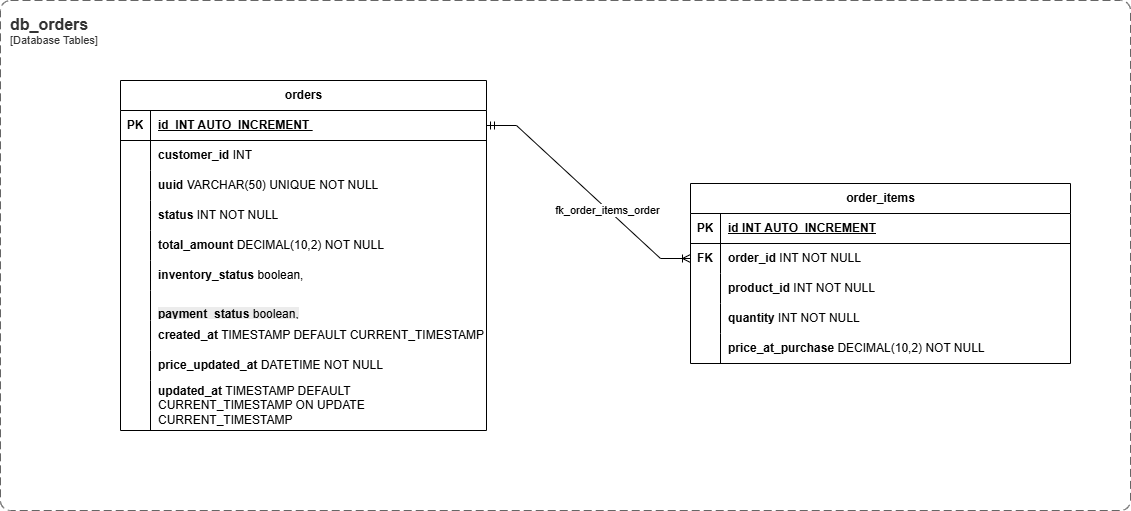
Earlier version of the draw.io export Documentation/C4_Sales_System-db-orders.drawio.png (mcyomura/DemoSalesSystemMcy). Source tidied: cells renumbered, new cells last; positions are measured from the earlier drawing's top-left corner, leaving out a move shared by most shapes.
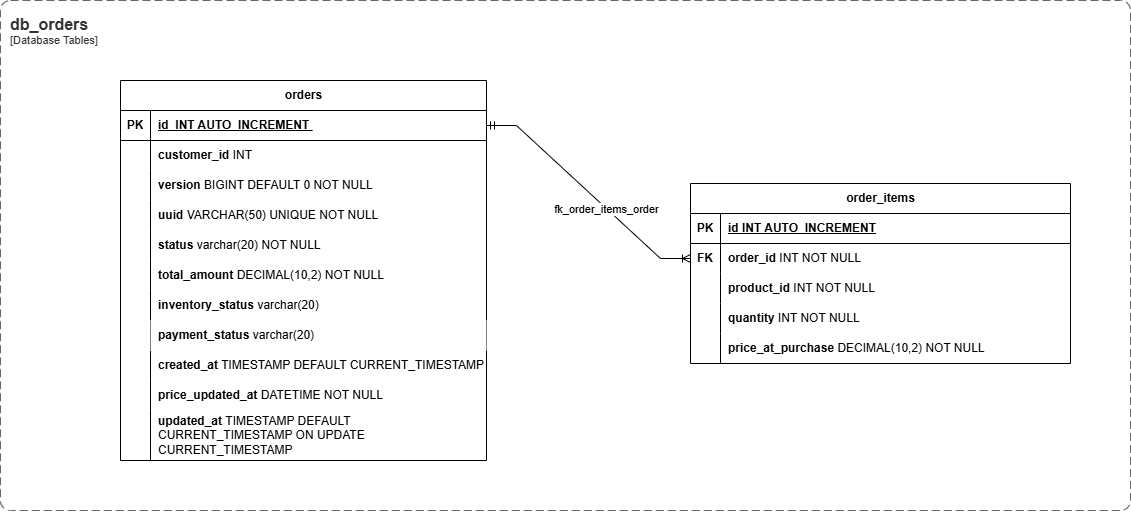
After the commit.

Diff of the diagram source:
```diff
@@ -3,7 +3,7 @@
     <mxCell id="0" />
     <mxCell id="1" parent="0" />
     <mxCell id="2" value="orders" style="shape=table;startSize=30;rowLines=0;fontStyle=1;align=center;html=1;" parent="1" vertex="1">
-      <mxGeometry x="120" y="80" width="366" height="350" as="geometry" />
+      <mxGeometry x="120" y="80" width="366" height="380" as="geometry" />
     </mxCell>
     <mxCell id="3" style="shape=tableRow;horizontal=0;startSize=0;swimlaneHead=0;swimlaneBody=0;fillColor=none;points=[[0,0.5],[1,0.5]];portConstraint=eastwest;top=0;left=0;right=0;bottom=1;" parent="2" vertex="1">
       <mxGeometry y="30" width="366" height="30" as="geometry" />
@@ -23,8 +23,17 @@
     <mxCell id="8" value="&lt;b&gt;customer_id &lt;/b&gt;INT" style="shape=partialRectangle;fillColor=none;top=0;left=0;bottom=0;right=0;align=left;spacingLeft=6;overflow=hidden;whiteSpace=wrap;html=1;" parent="6" vertex="1">
       <mxGeometry x="30" width="336" height="30" as="geometry" />
     </mxCell>
+    <mxCell id="52" style="shape=tableRow;horizontal=0;startSize=0;swimlaneHead=0;swimlaneBody=0;fillColor=none;top=0;left=0;right=0;bottom=0;" parent="2" vertex="1">
+      <mxGeometry y="90" width="366" height="30" as="geometry" />
+    </mxCell>
+    <mxCell id="53" style="shape=partialRectangle;fillColor=none;top=0;left=0;bottom=0;right=0;overflow=hidden;whiteSpace=wrap;html=1;" parent="52" vertex="1">
+      <mxGeometry width="30" height="30" as="geometry" />
+    </mxCell>
+    <mxCell id="54" value="&lt;b&gt;version&lt;/b&gt; &lt;span class=&quot;hljs-type&quot;&gt;BIGINT&lt;/span&gt; &lt;span class=&quot;hljs-keyword&quot;&gt;DEFAULT&lt;/span&gt; &lt;span class=&quot;hljs-number&quot;&gt;0&lt;/span&gt; &lt;span class=&quot;hljs-keyword&quot;&gt;NOT&lt;/span&gt; &lt;span class=&quot;hljs-keyword&quot;&gt;NULL&lt;/span&gt;" style="shape=partialRectangle;fillColor=none;top=0;left=0;bottom=0;right=0;align=left;spacingLeft=6;overflow=hidden;whiteSpace=wrap;html=1;" parent="52" vertex="1">
+      <mxGeometry x="30" width="336" height="30" as="geometry" />
+    </mxCell>
     <mxCell id="9" style="shape=tableRow;horizontal=0;startSize=0;swimlaneHead=0;swimlaneBody=0;fillColor=none;top=0;left=0;right=0;bottom=0;" parent="2" vertex="1">
-      <mxGeometry y="90" width="366" height="30" as="geometry" />
+      <mxGeometry y="120" width="366" height="30" as="geometry" />
     </mxCell>
     <mxCell id="10" style="shape=partialRectangle;fillColor=none;top=0;left=0;bottom=0;right=0;overflow=hidden;whiteSpace=wrap;html=1;" parent="9" vertex="1">
       <mxGeometry width="30" height="30" as="geometry" />
@@ -33,16 +42,16 @@
       <mxGeometry x="30" width="336" height="30" as="geometry" />
     </mxCell>
     <mxCell id="12" style="shape=tableRow;horizontal=0;startSize=0;swimlaneHead=0;swimlaneBody=0;fillColor=none;top=0;left=0;right=0;bottom=0;" parent="2" vertex="1">
-      <mxGeometry y="120" width="366" height="30" as="geometry" />
+      <mxGeometry y="150" width="366" height="30" as="geometry" />
     </mxCell>
     <mxCell id="13" style="shape=partialRectangle;fillColor=none;top=0;left=0;bottom=0;right=0;overflow=hidden;whiteSpace=wrap;html=1;" parent="12" vertex="1">
       <mxGeometry width="30" height="30" as="geometry" />
     </mxCell>
-    <mxCell id="14" value="&lt;b&gt;status&amp;nbsp;&lt;/b&gt;INT NOT NULL" style="shape=partialRectangle;fillColor=none;top=0;left=0;bottom=0;right=0;align=left;spacingLeft=6;overflow=hidden;whiteSpace=wrap;html=1;" parent="12" vertex="1">
+    <mxCell id="14" value="&lt;b&gt;status&amp;nbsp;&lt;/b&gt;varchar(20) NOT NULL" style="shape=partialRectangle;fillColor=none;top=0;left=0;bottom=0;right=0;align=left;spacingLeft=6;overflow=hidden;whiteSpace=wrap;html=1;" parent="12" vertex="1">
       <mxGeometry x="30" width="336" height="30" as="geometry" />
     </mxCell>
     <mxCell id="15" style="shape=tableRow;horizontal=0;startSize=0;swimlaneHead=0;swimlaneBody=0;fillColor=none;top=0;left=0;right=0;bottom=0;" parent="2" vertex="1">
-      <mxGeometry y="150" width="366" height="30" as="geometry" />
+      <mxGeometry y="180" width="366" height="30" as="geometry" />
     </mxCell>
     <mxCell id="16" style="shape=partialRectangle;fillColor=none;top=0;left=0;bottom=0;right=0;overflow=hidden;whiteSpace=wrap;html=1;" parent="15" vertex="1">
       <mxGeometry width="30" height="30" as="geometry" />
@@ -51,25 +60,25 @@
       <mxGeometry x="30" width="336" height="30" as="geometry" />
     </mxCell>
     <mxCell id="18" style="shape=tableRow;horizontal=0;startSize=0;swimlaneHead=0;swimlaneBody=0;fillColor=none;top=0;left=0;right=0;bottom=0;" parent="2" vertex="1">
-      <mxGeometry y="180" width="366" height="30" as="geometry" />
+      <mxGeometry y="210" width="366" height="30" as="geometry" />
     </mxCell>
     <mxCell id="19" style="shape=partialRectangle;fillColor=none;top=0;left=0;bottom=0;right=0;overflow=hidden;whiteSpace=wrap;html=1;" parent="18" vertex="1">
       <mxGeometry width="30" height="30" as="geometry" />
     </mxCell>
-    <mxCell id="20" value="&lt;b&gt;inventory_status &lt;/b&gt;boolean," style="shape=partialRectangle;fillColor=none;top=0;left=0;bottom=0;right=0;align=left;spacingLeft=6;overflow=hidden;whiteSpace=wrap;html=1;" parent="18" vertex="1">
+    <mxCell id="20" value="&lt;b&gt;inventory_status&amp;nbsp;&lt;/b&gt;varchar(20)&amp;nbsp;" style="shape=partialRectangle;fillColor=none;top=0;left=0;bottom=0;right=0;align=left;spacingLeft=6;overflow=hidden;whiteSpace=wrap;html=1;" parent="18" vertex="1">
       <mxGeometry x="30" width="336" height="30" as="geometry" />
     </mxCell>
     <mxCell id="21" style="shape=tableRow;horizontal=0;startSize=0;swimlaneHead=0;swimlaneBody=0;fillColor=none;top=0;left=0;right=0;bottom=0;" parent="2" vertex="1">
-      <mxGeometry y="210" width="366" height="30" as="geometry" />
+      <mxGeometry y="240" width="366" height="30" as="geometry" />
     </mxCell>
     <mxCell id="22" style="shape=partialRectangle;fillColor=none;top=0;left=0;bottom=0;right=0;overflow=hidden;whiteSpace=wrap;html=1;" parent="21" vertex="1">
       <mxGeometry width="30" height="30" as="geometry" />
     </mxCell>
-    <mxCell id="23" value="&lt;br&gt;&lt;b style=&quot;forced-color-adjust: none; color: rgb(0, 0, 0); font-family: Helvetica; font-size: 12px; font-style: normal; font-variant-ligatures: normal; font-variant-caps: normal; letter-spacing: normal; orphans: 2; text-align: left; text-indent: 0px; text-transform: none; widows: 2; word-spacing: 0px; -webkit-text-stroke-width: 0px; white-space: normal; background-color: rgb(236, 236, 236); text-decoration-thickness: initial; text-decoration-style: initial; text-decoration-color: initial;&quot;&gt;payment_status&lt;span&gt;&amp;nbsp;&lt;/span&gt;&lt;/b&gt;&lt;span style=&quot;color: rgb(0, 0, 0); font-family: Helvetica; font-size: 12px; font-style: normal; font-variant-ligatures: normal; font-variant-caps: normal; font-weight: 400; letter-spacing: normal; orphans: 2; text-align: left; text-indent: 0px; text-transform: none; widows: 2; word-spacing: 0px; -webkit-text-stroke-width: 0px; white-space: normal; background-color: rgb(236, 236, 236); text-decoration-thickness: initial; text-decoration-style: initial; text-decoration-color: initial; float: none; display: inline !important;&quot;&gt;boolean,&lt;/span&gt;&lt;div&gt;&lt;br/&gt;&lt;/div&gt;" style="shape=partialRectangle;fillColor=none;top=0;left=0;bottom=0;right=0;align=left;spacingLeft=6;overflow=hidden;whiteSpace=wrap;html=1;" parent="21" vertex="1">
+    <mxCell id="23" value="&lt;b style=&quot;forced-color-adjust: none; color: rgb(0, 0, 0); font-family: Helvetica; font-size: 12px; font-style: normal; font-variant-ligatures: normal; font-variant-caps: normal; letter-spacing: normal; orphans: 2; text-align: left; text-indent: 0px; text-transform: none; widows: 2; word-spacing: 0px; -webkit-text-stroke-width: 0px; white-space: normal; text-decoration-thickness: initial; text-decoration-style: initial; text-decoration-color: initial;&quot;&gt;payment_status&lt;span&gt;&amp;nbsp;&lt;/span&gt;&lt;/b&gt;&lt;span style=&quot;color: rgb(0, 0, 0); font-family: Helvetica; font-size: 12px; font-style: normal; font-variant-ligatures: normal; font-variant-caps: normal; font-weight: 400; letter-spacing: normal; orphans: 2; text-align: left; text-indent: 0px; text-transform: none; widows: 2; word-spacing: 0px; -webkit-text-stroke-width: 0px; white-space: normal; text-decoration-thickness: initial; text-decoration-style: initial; text-decoration-color: initial; float: none; display: inline !important;&quot;&gt;varchar(20)&amp;nbsp;&lt;/span&gt;" style="shape=partialRectangle;top=0;left=0;bottom=0;right=0;align=left;spacingLeft=6;overflow=hidden;whiteSpace=wrap;html=1;fillColor=#FFFFFF;labelBackgroundColor=none;" parent="21" vertex="1">
       <mxGeometry x="30" width="336" height="30" as="geometry" />
     </mxCell>
     <mxCell id="24" style="shape=tableRow;horizontal=0;startSize=0;swimlaneHead=0;swimlaneBody=0;fillColor=none;top=0;left=0;right=0;bottom=0;" parent="2" vertex="1">
-      <mxGeometry y="240" width="366" height="30" as="geometry" />
+      <mxGeometry y="270" width="366" height="30" as="geometry" />
     </mxCell>
     <mxCell id="25" style="shape=partialRectangle;fillColor=none;top=0;left=0;bottom=0;right=0;overflow=hidden;whiteSpace=wrap;html=1;" parent="24" vertex="1">
       <mxGeometry width="30" height="30" as="geometry" />
@@ -78,7 +87,7 @@
       <mxGeometry x="30" width="336" height="30" as="geometry" />
     </mxCell>
     <mxCell id="27" style="shape=tableRow;horizontal=0;startSize=0;swimlaneHead=0;swimlaneBody=0;fillColor=none;top=0;left=0;right=0;bottom=0;" parent="2" vertex="1">
-      <mxGeometry y="270" width="366" height="30" as="geometry" />
+      <mxGeometry y="300" width="366" height="30" as="geometry" />
     </mxCell>
     <mxCell id="28" style="shape=partialRectangle;fillColor=none;top=0;left=0;bottom=0;right=0;overflow=hidden;whiteSpace=wrap;html=1;" parent="27" vertex="1">
       <mxGeometry width="30" height="30" as="geometry" />
@@ -87,7 +96,7 @@
       <mxGeometry x="30" width="336" height="30" as="geometry" />
     </mxCell>
     <mxCell id="30" style="shape=tableRow;horizontal=0;startSize=0;swimlaneHead=0;swimlaneBody=0;fillColor=none;top=0;left=0;right=0;bottom=0;" parent="2" vertex="1">
-      <mxGeometry y="300" width="366" height="50" as="geometry" />
+      <mxGeometry y="330" width="366" height="50" as="geometry" />
     </mxCell>
     <mxCell id="31" style="shape=partialRectangle;fillColor=none;top=0;left=0;bottom=0;right=0;overflow=hidden;whiteSpace=wrap;html=1;" parent="30" vertex="1">
       <mxGeometry width="30" height="50" as="geometry" />
```
